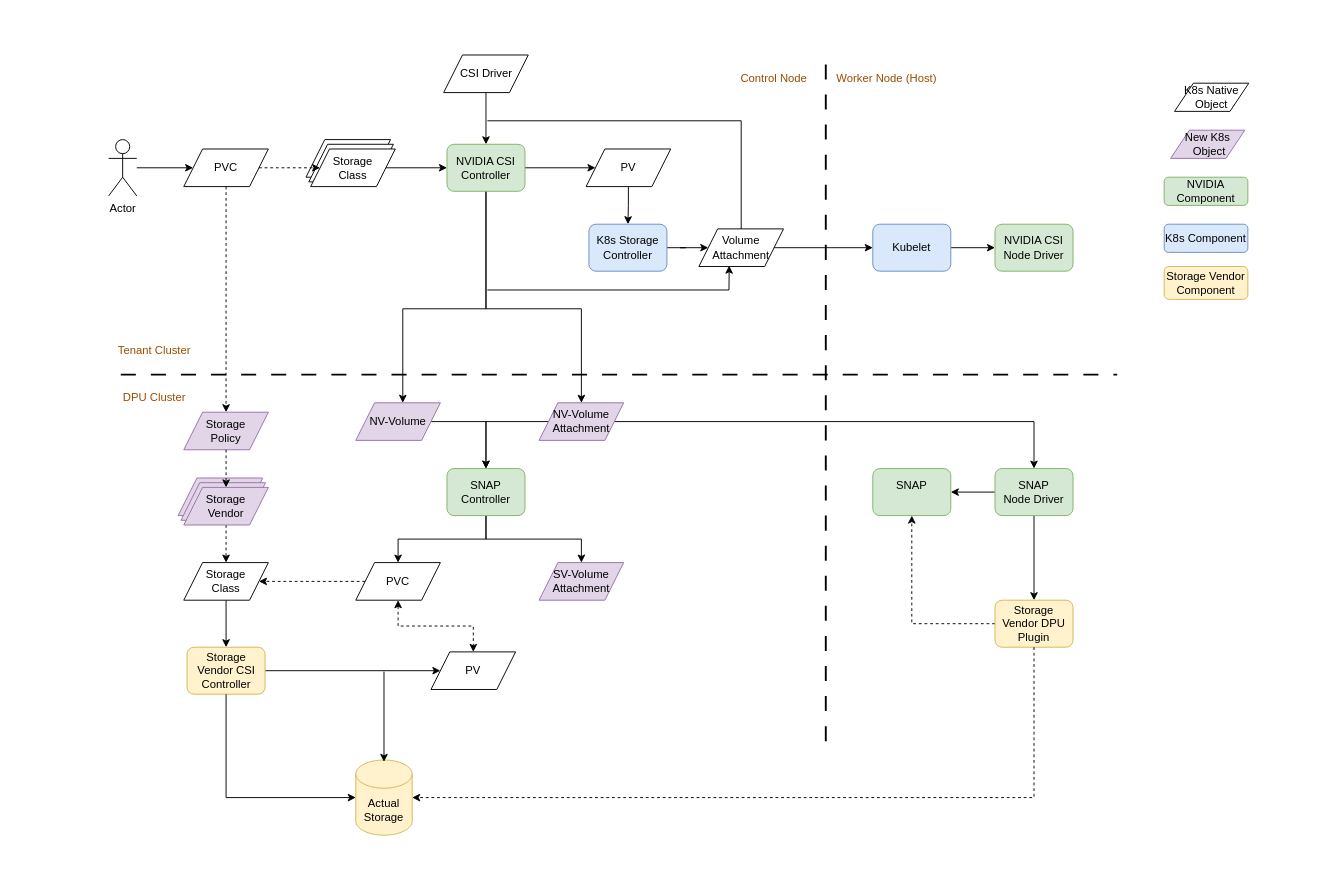
Above: snap1.drawio in wpeng102/draw (draw.io), before the change. Source tidied: cells renumbered, new cells numbered last; positions are measured from the earlier drawing's top-left corner, leaving out a move shared by most shapes. Both pictures are drawn from the tidied source at 94%, with x=0, y=0 at pixel (102, 55).
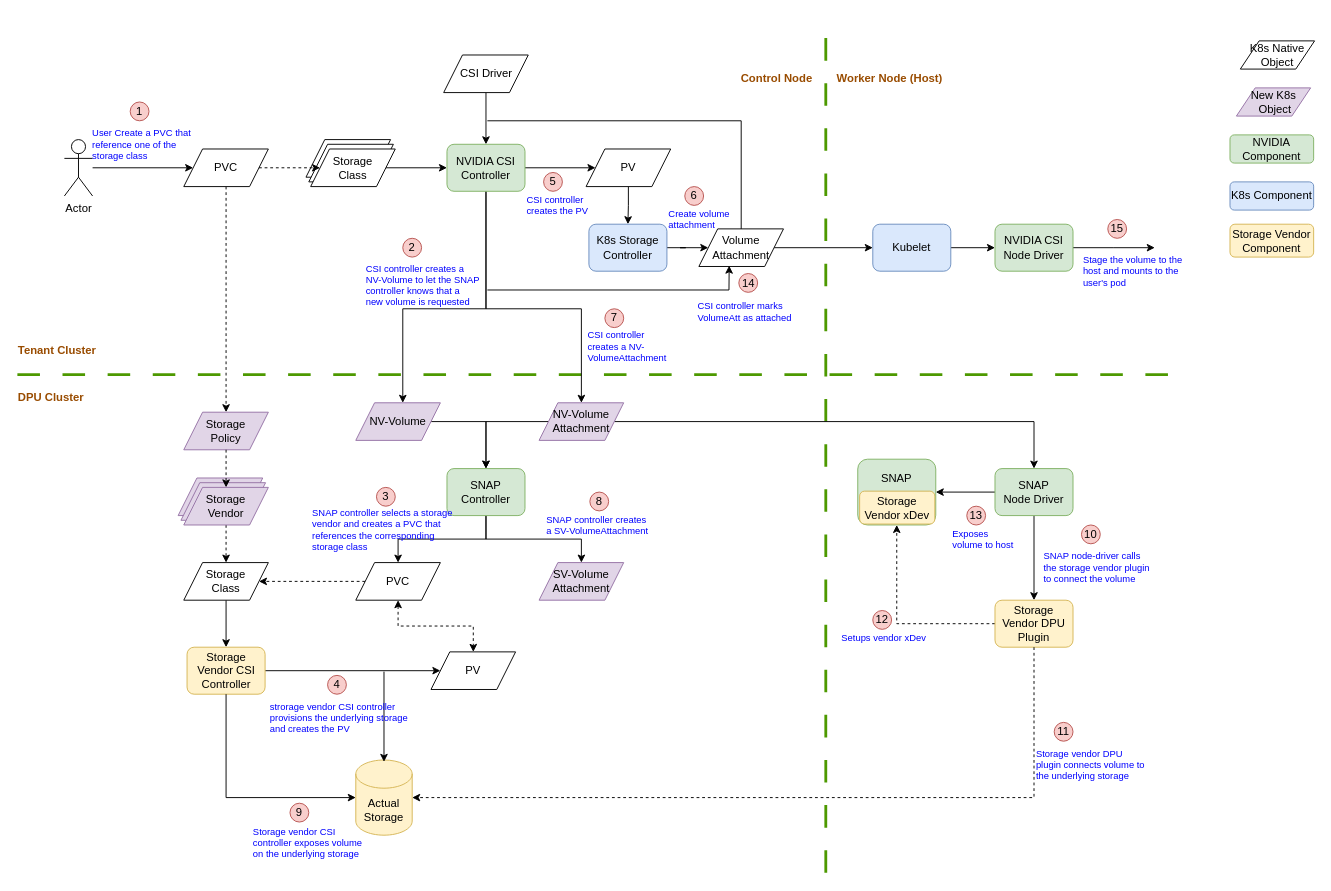
After the change.

Unchanged cells that the change refers to:
```xml
<mxCell id="61" value="NVIDIA CSI Node Driver" style="rounded=1;whiteSpace=wrap;html=1;fillColor=#d5e8d4;strokeColor=#82b366;" parent="1" vertex="1">
  <mxGeometry x="949" y="180" width="83" height="50" as="geometry" />
</mxCell>
```

The edit, as a diff of the source:
```diff
@@
-    <mxCell id="2" style="endArrow=none;dashed=1;html=1;dashPattern=8 8;strokeWidth=2;rounded=0;" parent="1" edge="1">
+    <mxCell id="2" style="endArrow=none;dashed=1;html=1;dashPattern=8 8;strokeWidth=3;rounded=0;fontStyle=0;fontSize=12;strokeColor=#4D9900;" parent="1" edge="1">
       <mxGeometry relative="1" as="geometry">
-        <mxPoint x="19" y="340" as="sourcePoint" />
-        <mxPoint x="1079" y="340" as="targetPoint" />
+        <mxPoint x="-91" y="340" as="sourcePoint" />
+        <mxPoint x="1139" y="340" as="targetPoint" />
       </mxGeometry>
     </mxCell>
-    <mxCell id="3" style="endArrow=none;dashed=1;html=1;dashPattern=8 8;strokeWidth=2;rounded=0;" parent="1" edge="1">
+    <mxCell id="3" style="endArrow=none;dashed=1;html=1;dashPattern=8 8;strokeWidth=3;rounded=0;fontStyle=0;fontSize=12;strokeColor=#4D9900;" parent="1" edge="1">
       <mxGeometry relative="1" as="geometry">
-        <mxPoint x="769" y="730" as="sourcePoint" />
-        <mxPoint x="769" y="10" as="targetPoint" />
+        <mxPoint x="769" y="870" as="sourcePoint" />
+        <mxPoint x="769" y="-40" as="targetPoint" />
       </mxGeometry>
     </mxCell>
@@
     <mxCell id="5" value="Actor" style="shape=umlActor;verticalLabelPosition=bottom;verticalAlign=top;html=1;outlineConnect=0;" parent="1" vertex="1">
-      <mxGeometry x="6" y="90" width="30" height="60" as="geometry" />
+      <mxGeometry x="-41" y="90" width="30" height="60" as="geometry" />
     </mxCell>
-    <mxCell id="6" value="&lt;font style=&quot;color: rgb(153, 76, 0);&quot;&gt;Tenant Cluster&lt;/font&gt;" style="text;html=1;align=center;verticalAlign=middle;whiteSpace=wrap;rounded=0;" parent="1" vertex="1">
-      <mxGeometry y="300" width="110" height="30" as="geometry" />
+    <mxCell id="6" value="&lt;font style=&quot;color: rgb(153, 76, 0);&quot;&gt;Tenant Cluster&lt;/font&gt;" style="text;html=1;align=left;verticalAlign=middle;whiteSpace=wrap;rounded=0;fontStyle=1;" parent="1" vertex="1">
+      <mxGeometry x="-92" y="300" width="110" height="30" as="geometry" />
     </mxCell>
-    <mxCell id="7" value="&lt;font style=&quot;color: rgb(153, 76, 0);&quot;&gt;DPU Cluster&lt;/font&gt;" style="text;html=1;align=center;verticalAlign=middle;whiteSpace=wrap;rounded=0;" parent="1" vertex="1">
-      <mxGeometry y="350" width="110" height="30" as="geometry" />
+    <mxCell id="7" value="&lt;font style=&quot;color: rgb(153, 76, 0);&quot;&gt;DPU Cluster&lt;/font&gt;" style="text;html=1;align=left;verticalAlign=middle;whiteSpace=wrap;rounded=0;fontStyle=1;" parent="1" vertex="1">
+      <mxGeometry x="-92" y="350" width="110" height="30" as="geometry" />
     </mxCell>
-    <mxCell id="8" value="&lt;font style=&quot;color: rgb(153, 76, 0);&quot;&gt;Control Node&lt;/font&gt;" style="text;html=1;align=center;verticalAlign=middle;whiteSpace=wrap;rounded=0;" parent="1" vertex="1">
-      <mxGeometry x="659" y="10" width="110" height="30" as="geometry" />
+    <mxCell id="8" value="&lt;font style=&quot;color: rgb(153, 76, 0);&quot;&gt;Control Node&lt;/font&gt;" style="text;html=1;align=left;verticalAlign=middle;whiteSpace=wrap;rounded=0;fontStyle=1;" parent="1" vertex="1">
+      <mxGeometry x="676.5" y="10" width="90" height="30" as="geometry" />
     </mxCell>
-    <mxCell id="9" value="&lt;font style=&quot;color: rgb(153, 76, 0);&quot;&gt;Worker Node (Host)&lt;/font&gt;" style="text;html=1;align=center;verticalAlign=middle;whiteSpace=wrap;rounded=0;" parent="1" vertex="1">
-      <mxGeometry x="779" y="10" width="110" height="30" as="geometry" />
+    <mxCell id="9" value="&lt;font style=&quot;color: rgb(153, 76, 0);&quot;&gt;Worker Node (Host)&lt;/font&gt;" style="text;html=1;align=left;verticalAlign=middle;whiteSpace=wrap;rounded=0;fontStyle=1;" parent="1" vertex="1">
+      <mxGeometry x="779" y="10" width="120" height="30" as="geometry" />
     </mxCell>
@@
     <mxCell id="12" value="K8s Native Object" style="shape=parallelogram;perimeter=parallelogramPerimeter;whiteSpace=wrap;html=1;fixedSize=1;" parent="1" vertex="1">
-      <mxGeometry x="1140" y="30" width="79" height="30" as="geometry" />
+      <mxGeometry x="1210" y="-15" width="79" height="30" as="geometry" />
     </mxCell>
     <mxCell id="13" value="New K8s&lt;div&gt;&lt;span style=&quot;background-color: transparent; color: light-dark(rgb(0, 0, 0), rgb(255, 255, 255));&quot;&gt;&amp;nbsp;Object&lt;/span&gt;&lt;/div&gt;" style="shape=parallelogram;perimeter=parallelogramPerimeter;whiteSpace=wrap;html=1;fixedSize=1;fillColor=#e1d5e7;strokeColor=#9673a6;" parent="1" vertex="1">
-      <mxGeometry x="1135.8" y="80" width="79" height="30" as="geometry" />
+      <mxGeometry x="1205.8" y="35" width="79" height="30" as="geometry" />
     </mxCell>
@@
     <mxCell id="29" value="NVIDIA Component" style="rounded=1;whiteSpace=wrap;html=1;fillColor=#d5e8d4;strokeColor=#82b366;" parent="1" vertex="1">
-      <mxGeometry x="1129" y="130" width="89" height="30" as="geometry" />
+      <mxGeometry x="1199" y="85" width="89" height="30" as="geometry" />
     </mxCell>
     <mxCell id="30" value="K8s Component" style="rounded=1;whiteSpace=wrap;html=1;fillColor=#dae8fc;strokeColor=#6c8ebf;" parent="1" vertex="1">
-      <mxGeometry x="1129" y="180" width="89" height="30" as="geometry" />
+      <mxGeometry x="1199" y="135" width="89" height="30" as="geometry" />
     </mxCell>
     <mxCell id="31" value="Storage Vendor Component" style="rounded=1;whiteSpace=wrap;html=1;fillColor=#fff2cc;strokeColor=#d6b656;" parent="1" vertex="1">
-      <mxGeometry x="1129" y="225" width="89" height="35" as="geometry" />
+      <mxGeometry x="1199" y="180" width="89" height="35" as="geometry" />
     </mxCell>
@@
+    <mxCell id="72" style="edgeStyle=orthogonalEdgeStyle;rounded=0;jettySize=auto;html=1;exitX=1;exitY=0.5;exitDx=0;exitDy=0;" parent="1" edge="1" source="61">
+      <mxGeometry relative="1" as="geometry">
+        <mxPoint x="1119" y="205" as="targetPoint" />
+      </mxGeometry>
+    </mxCell>
@@
-    <mxCell id="65" value="SNAP&lt;div&gt;&lt;br&gt;&lt;/div&gt;" style="rounded=1;whiteSpace=wrap;html=1;fillColor=#d5e8d4;strokeColor=#82b366;" parent="1" vertex="1">
-      <mxGeometry x="819" y="440" width="83" height="50" as="geometry" />
+    <mxCell id="65" value="SNAP&lt;div&gt;&lt;br&gt;&lt;/div&gt;&lt;div&gt;&lt;br&gt;&lt;/div&gt;" style="rounded=1;whiteSpace=wrap;html=1;fillColor=#d5e8d4;strokeColor=#82b366;" parent="1" vertex="1">
+      <mxGeometry x="803" y="430" width="83" height="70" as="geometry" />
     </mxCell>
@@
+    <mxCell id="73" value="1" style="ellipse;whiteSpace=wrap;html=1;fillColor=#f8cecc;strokeColor=#b85450;" parent="1" vertex="1">
+      <mxGeometry x="29" y="50" width="20" height="20" as="geometry" />
+    </mxCell>
+    <mxCell id="74" value="User Create a PVC that reference one of the storage class" style="text;html=1;align=left;verticalAlign=middle;whiteSpace=wrap;rounded=0;fontSize=10;fontColor=#0000FF;" parent="1" vertex="1">
+      <mxGeometry x="-13" y="80" width="122" height="30" as="geometry" />
+    </mxCell>
+    <mxCell id="75" value="2" style="ellipse;whiteSpace=wrap;html=1;fillColor=#f8cecc;strokeColor=#b85450;" parent="1" vertex="1">
+      <mxGeometry x="319" y="195" width="20" height="20" as="geometry" />
+    </mxCell>
+    <mxCell id="76" value="CSI controller creates a NV-Volume to let the SNAP controller knows that a new volume is requested" style="text;html=1;align=left;verticalAlign=middle;whiteSpace=wrap;rounded=0;fontSize=10;fontColor=#0000FF;" parent="1" vertex="1">
+      <mxGeometry x="277.5" y="230" width="123" height="30" as="geometry" />
+    </mxCell>
+    <mxCell id="77" value="3" style="ellipse;whiteSpace=wrap;html=1;fillColor=#f8cecc;strokeColor=#b85450;" parent="1" vertex="1">
+      <mxGeometry x="291" y="460" width="20" height="20" as="geometry" />
+    </mxCell>
+    <mxCell id="78" value="SNAP controller selects a storage vendor and creates a PVC that references the corresponding storage class" style="text;html=1;align=left;verticalAlign=middle;whiteSpace=wrap;rounded=0;fontSize=10;fontColor=#0000FF;" parent="1" vertex="1">
+      <mxGeometry x="221" y="490" width="156" height="30" as="geometry" />
+    </mxCell>
+    <mxCell id="79" value="4" style="ellipse;whiteSpace=wrap;html=1;fillColor=#f8cecc;strokeColor=#b85450;" parent="1" vertex="1">
+      <mxGeometry x="239" y="660" width="20" height="20" as="geometry" />
+    </mxCell>
+    <mxCell id="80" value="strorage vendor CSI controller provisions the underlying storage and creates the PV" style="text;html=1;align=left;verticalAlign=middle;whiteSpace=wrap;rounded=0;fontSize=10;fontColor=#0000FF;" parent="1" vertex="1">
+      <mxGeometry x="176" y="690" width="156" height="30" as="geometry" />
+    </mxCell>
+    <mxCell id="81" value="5" style="ellipse;whiteSpace=wrap;html=1;fillColor=#f8cecc;strokeColor=#b85450;" parent="1" vertex="1">
+      <mxGeometry x="468.8" y="125" width="20" height="20" as="geometry" />
+    </mxCell>
+    <mxCell id="82" value="CSI controller creates the PV" style="text;html=1;align=left;verticalAlign=middle;whiteSpace=wrap;rounded=0;fontSize=10;fontColor=#0000FF;" parent="1" vertex="1">
+      <mxGeometry x="449" y="140" width="76.5" height="40" as="geometry" />
+    </mxCell>
+    <mxCell id="83" value="6" style="ellipse;whiteSpace=wrap;html=1;fillColor=#f8cecc;strokeColor=#b85450;" parent="1" vertex="1">
+      <mxGeometry x="619" y="140" width="20" height="20" as="geometry" />
+    </mxCell>
+    <mxCell id="84" value="Create volume attachment" style="text;html=1;align=left;verticalAlign=middle;whiteSpace=wrap;rounded=0;fontSize=10;fontColor=#0000FF;" parent="1" vertex="1">
+      <mxGeometry x="600" y="155" width="76.5" height="40" as="geometry" />
+    </mxCell>
+    <mxCell id="85" value="7" style="ellipse;whiteSpace=wrap;html=1;fillColor=#f8cecc;strokeColor=#b85450;" parent="1" vertex="1">
+      <mxGeometry x="534" y="270" width="20" height="20" as="geometry" />
+    </mxCell>
+    <mxCell id="86" value="CSI controller creates a NV-VolumeAttachment" style="text;html=1;align=left;verticalAlign=middle;whiteSpace=wrap;rounded=0;fontSize=10;fontColor=#0000FF;" parent="1" vertex="1">
+      <mxGeometry x="514" y="290" width="76.5" height="40" as="geometry" />
+    </mxCell>
+    <mxCell id="87" value="8" style="ellipse;whiteSpace=wrap;html=1;fillColor=#f8cecc;strokeColor=#b85450;" parent="1" vertex="1">
+      <mxGeometry x="518" y="465" width="20" height="20" as="geometry" />
+    </mxCell>
+    <mxCell id="88" value="SNAP controller creates a SV-VolumeAttachment" style="text;html=1;align=left;verticalAlign=middle;whiteSpace=wrap;rounded=0;fontSize=10;fontColor=#0000FF;" parent="1" vertex="1">
+      <mxGeometry x="470" y="485" width="116" height="30" as="geometry" />
+    </mxCell>
+    <mxCell id="89" value="9" style="ellipse;whiteSpace=wrap;html=1;fillColor=#f8cecc;strokeColor=#b85450;" parent="1" vertex="1">
+      <mxGeometry x="199" y="796" width="20" height="20" as="geometry" />
+    </mxCell>
+    <mxCell id="90" value="Storage vendor CSI controller exposes volume on the underlying storage" style="text;html=1;align=left;verticalAlign=middle;whiteSpace=wrap;rounded=0;fontSize=10;fontColor=#0000FF;" parent="1" vertex="1">
+      <mxGeometry x="157.5" y="823" width="120" height="30" as="geometry" />
+    </mxCell>
+    <mxCell id="91" value="10" style="ellipse;whiteSpace=wrap;html=1;fillColor=#f8cecc;strokeColor=#b85450;" parent="1" vertex="1">
+      <mxGeometry x="1041" y="500" width="20" height="20" as="geometry" />
+    </mxCell>
+    <mxCell id="92" value="SNAP node-driver calls the storage vendor plugin to connect the volume" style="text;html=1;align=left;verticalAlign=middle;whiteSpace=wrap;rounded=0;fontSize=10;fontColor=#0000FF;" parent="1" vertex="1">
+      <mxGeometry x="999" y="530" width="120" height="30" as="geometry" />
+    </mxCell>
+    <mxCell id="93" value="11" style="ellipse;whiteSpace=wrap;html=1;fillColor=#f8cecc;strokeColor=#b85450;" parent="1" vertex="1">
+      <mxGeometry x="1012" y="710" width="20" height="20" as="geometry" />
+    </mxCell>
+    <mxCell id="94" value="Storage vendor DPU plugin connects volume to the underlying storage" style="text;html=1;align=left;verticalAlign=middle;whiteSpace=wrap;rounded=0;fontSize=10;fontColor=#0000FF;" parent="1" vertex="1">
+      <mxGeometry x="991" y="740" width="120" height="30" as="geometry" />
+    </mxCell>
+    <mxCell id="95" value="12" style="ellipse;whiteSpace=wrap;html=1;fillColor=#f8cecc;strokeColor=#b85450;" parent="1" vertex="1">
+      <mxGeometry x="819" y="591" width="20" height="20" as="geometry" />
+    </mxCell>
+    <mxCell id="96" value="Setups vendor xDev" style="text;html=1;align=left;verticalAlign=middle;whiteSpace=wrap;rounded=0;fontSize=10;fontColor=#0000FF;" parent="1" vertex="1">
+      <mxGeometry x="784" y="605" width="98.5" height="30" as="geometry" />
+    </mxCell>
+    <mxCell id="97" value="13" style="ellipse;whiteSpace=wrap;html=1;fillColor=#f8cecc;strokeColor=#b85450;" parent="1" vertex="1">
+      <mxGeometry x="919" y="480" width="20" height="20" as="geometry" />
+    </mxCell>
+    <mxCell id="98" value="Exposes volume to host" style="text;html=1;align=left;verticalAlign=middle;whiteSpace=wrap;rounded=0;fontSize=10;fontColor=#0000FF;" parent="1" vertex="1">
+      <mxGeometry x="902" y="500" width="68" height="30" as="geometry" />
+    </mxCell>
+    <mxCell id="99" value="14" style="ellipse;whiteSpace=wrap;html=1;fillColor=#f8cecc;strokeColor=#b85450;" parent="1" vertex="1">
+      <mxGeometry x="676.5" y="232.5" width="20" height="20" as="geometry" />
+    </mxCell>
+    <mxCell id="100" value="CSI controller marks VolumeAtt as attached" style="text;html=1;align=left;verticalAlign=middle;whiteSpace=wrap;rounded=0;fontSize=10;fontColor=#0000FF;" parent="1" vertex="1">
+      <mxGeometry x="630.8" y="252.5" width="111.5" height="40" as="geometry" />
+    </mxCell>
+    <mxCell id="101" value="15" style="ellipse;whiteSpace=wrap;html=1;fillColor=#f8cecc;strokeColor=#b85450;" parent="1" vertex="1">
+      <mxGeometry x="1069" y="175" width="20" height="20" as="geometry" />
+    </mxCell>
+    <mxCell id="102" value="Stage the volume to the host and mounts to the user's pod" style="text;html=1;align=left;verticalAlign=middle;whiteSpace=wrap;rounded=0;fontSize=10;fontColor=#0000FF;" parent="1" vertex="1">
+      <mxGeometry x="1041" y="215" width="120" height="30" as="geometry" />
+    </mxCell>
+    <mxCell id="103" value="Storage Vendor xDev" style="rounded=1;whiteSpace=wrap;html=1;fillColor=#fff2cc;strokeColor=#d6b656;" parent="1" vertex="1">
+      <mxGeometry x="805" y="464" width="80" height="35" as="geometry" />
+    </mxCell>
```
